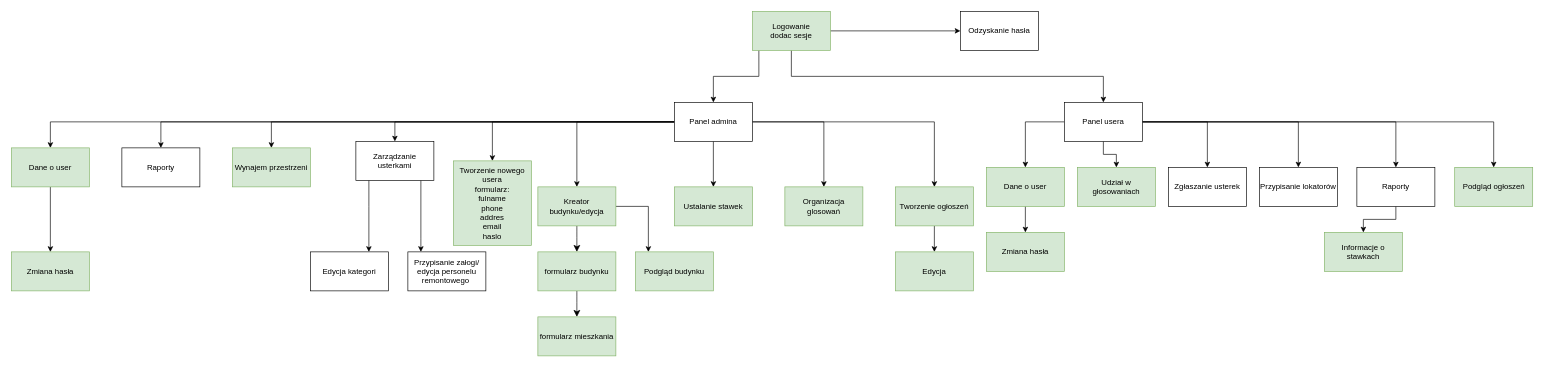
Above: doc/site_flow.drawio in Mati-IR/my-neighborhood (draw.io), before the change. Source tidied: cells renumbered, new cells numbered last; positions are measured from the earlier drawing's top-left corner, leaving out a move shared by most shapes. Both pictures are drawn from the tidied source at 65%, with x=0, y=0 at pixel (11, 11).
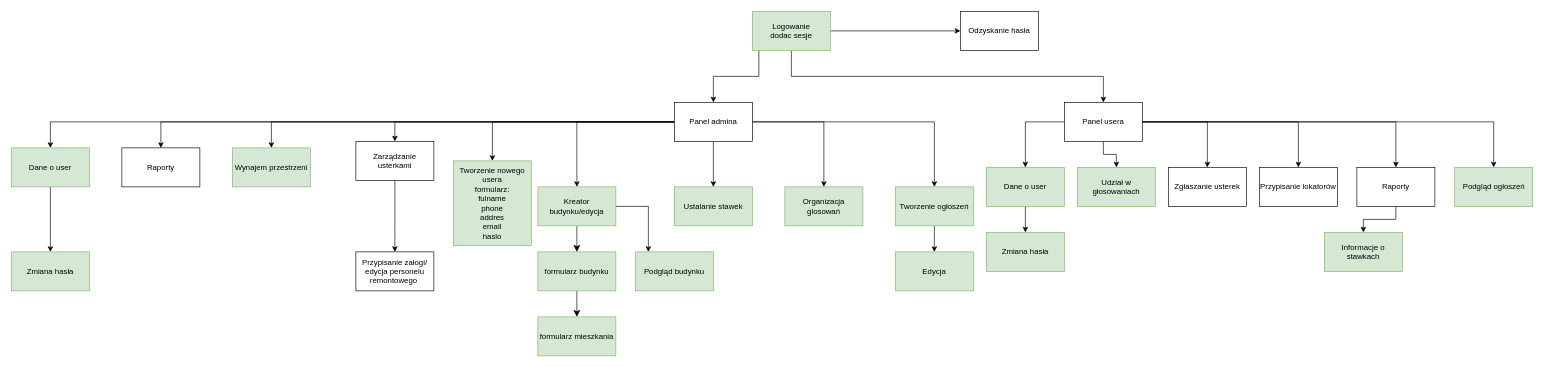
The same diagram, later.

Commit message (it also covers changes not shown here):
add occupant table in building

Unchanged cells that the change refers to:
```xml
<mxCell id="35" value="Zarządzanie usterkami" style="rounded=0;whiteSpace=wrap;html=1;" parent="1" vertex="1">
  <mxGeometry x="530" y="200" width="120" height="60" as="geometry" />
</mxCell>
```

Change to the diagram source:
```diff
@@
     <mxCell id="33" style="edgeStyle=orthogonalEdgeStyle;rounded=0;jettySize=auto;html=1;" parent="1" edge="1" source="35" target="36">
       <mxGeometry relative="1" as="geometry">
         <Array as="points">
-          <mxPoint x="630" y="350" />
-          <mxPoint x="630" y="350" />
+          <mxPoint x="590" y="330" />
+          <mxPoint x="590" y="330" />
         </Array>
       </mxGeometry>
     </mxCell>
-    <mxCell id="34" style="edgeStyle=orthogonalEdgeStyle;rounded=0;jettySize=auto;html=1;" parent="1" edge="1" source="35" target="38">
-      <mxGeometry relative="1" as="geometry">
-        <Array as="points">
-          <mxPoint x="550" y="300" />
-          <mxPoint x="550" y="300" />
-        </Array>
-      </mxGeometry>
-    </mxCell>
@@
     <mxCell id="36" value="Przypisanie załogi/&lt;br&gt;edycja personelu remontowego&amp;nbsp;" style="rounded=0;whiteSpace=wrap;html=1;" parent="1" vertex="1">
-      <mxGeometry x="610" y="370" width="120" height="60" as="geometry" />
+      <mxGeometry x="530" y="370" width="120" height="60" as="geometry" />
     </mxCell>
@@
-    <mxCell id="38" value="Edycja kategori" style="rounded=0;whiteSpace=wrap;html=1;" parent="1" vertex="1">
-      <mxGeometry x="460" y="370" width="120" height="60" as="geometry" />
-    </mxCell>
```
